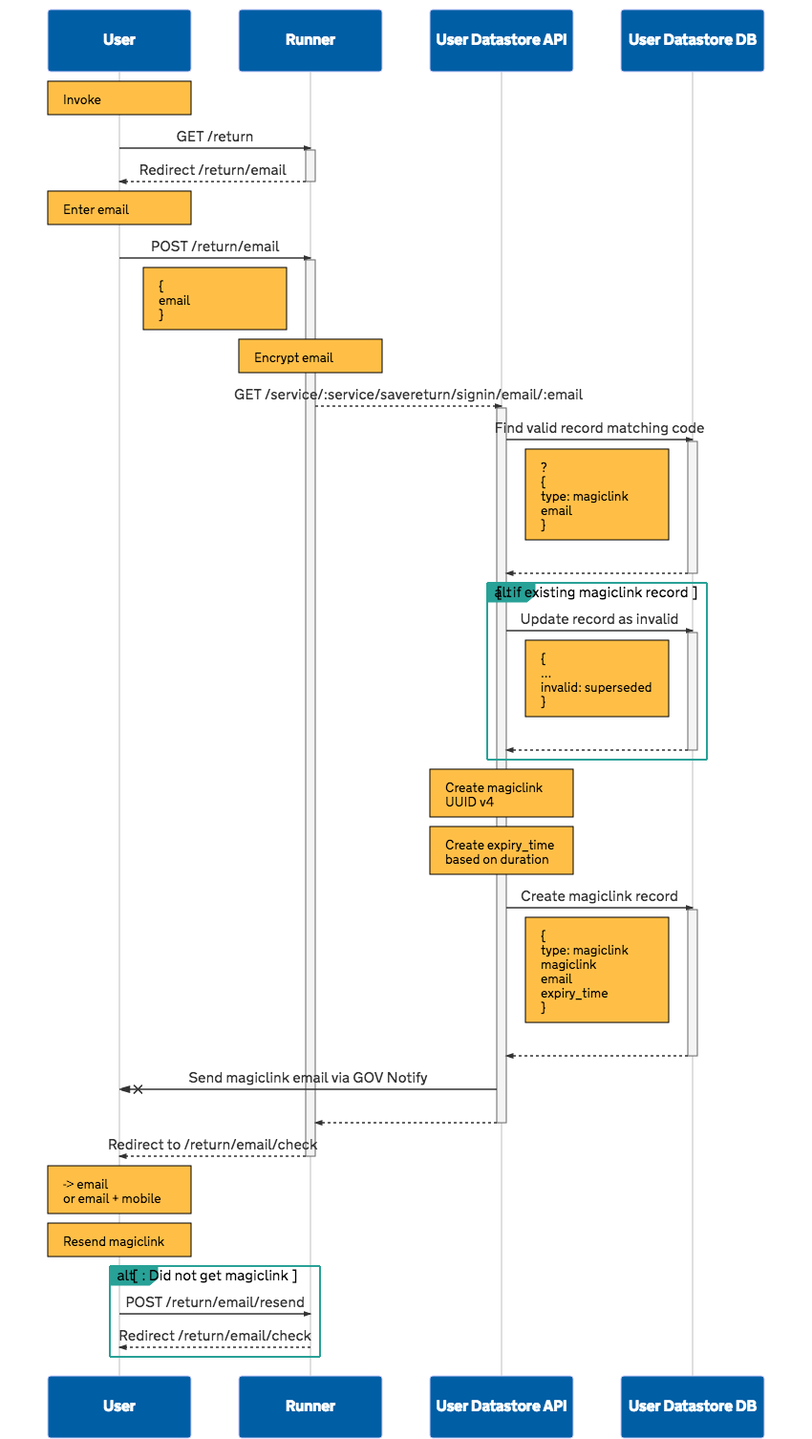
This is documentation/running/save-and-return/images/return--signin.png from ministryofjustice/form-builder, a Mermaid export, as it was before one commit. Its source is kept beside it as documentation/running/save-and-return/files/return--signin.mmd.
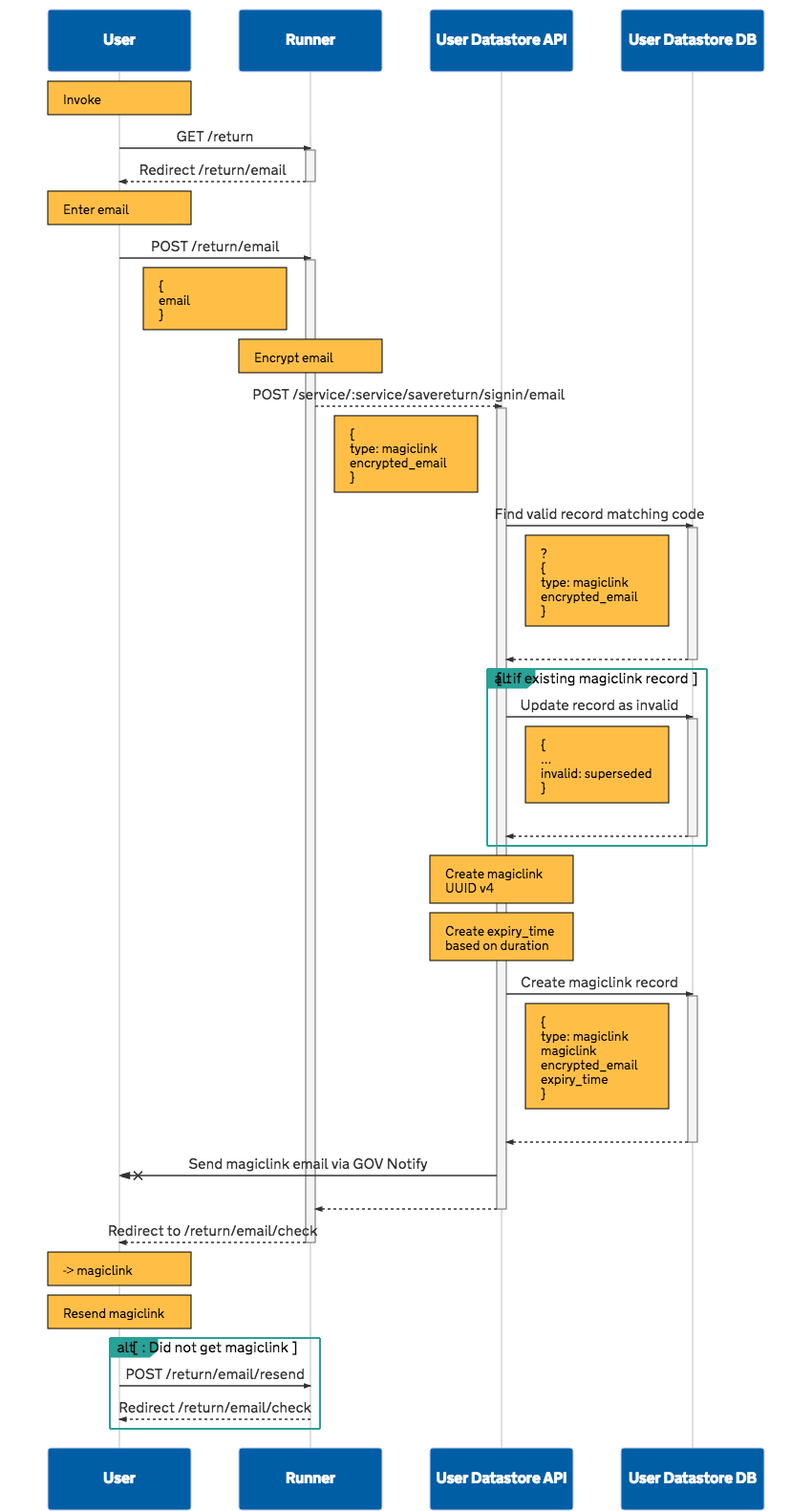
The same file after the commit.

What changed in the source:
```diff
@@ -22,11 +22,13 @@
 
 Note over R: Encrypt email
 
-R-->>+DS: GET /service/:service/savereturn/signin/email/:email
+R-->>+DS: POST /service/:service/savereturn/signin/email
+
+Note right of R: {<br>email<br>encrypted_email<br>}
 
 DS->>+DB: Find valid record matching code
 
-Note right of DS: ?<br>{<br>type: magiclink<br>email<br>}
+Note right of DS: ?<br>{<br>type: magiclink<br>encrypted_email<br>}
 
 DB-->>-DS:
 
@@ -46,7 +48,7 @@
 
 DS->>+DB: Create magiclink record
 
-Note right of DS: { <br>type: magiclink<br>magiclink<br>email<br>expiry_time<br> }
+Note right of DS: { <br>type: magiclink<br>magiclink<br>encrypted_email<br>expiry_time<br> }
 
 DB-->>-DS:
 
@@ -56,7 +58,7 @@
 
 R-->>-U:  Redirect to /return/email/check
 
-Note over U: -> email<br> or email + mobile
+Note over U: -> magiclink
 
 Note over U: Resend magiclink
 
```
